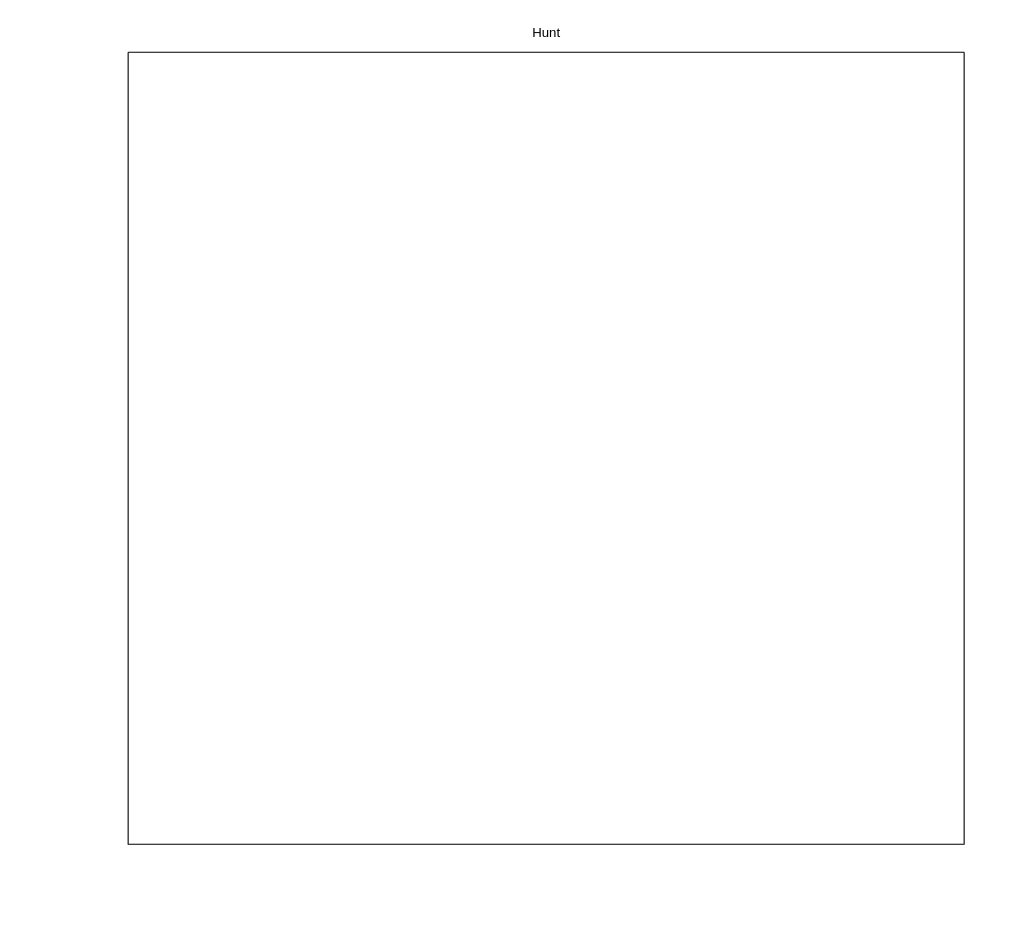
The draw.io diagram Diagramme sans nom.drawio in Valeryio/System-Draws, before the edit. Source tidied: cells renumbered, new cells numbered last; positions are measured from the earlier drawing's top-left corner, leaving out a move shared by most shapes. Both pictures are drawn from the tidied source at 110%, with x=0, y=0 at pixel (128, 19).
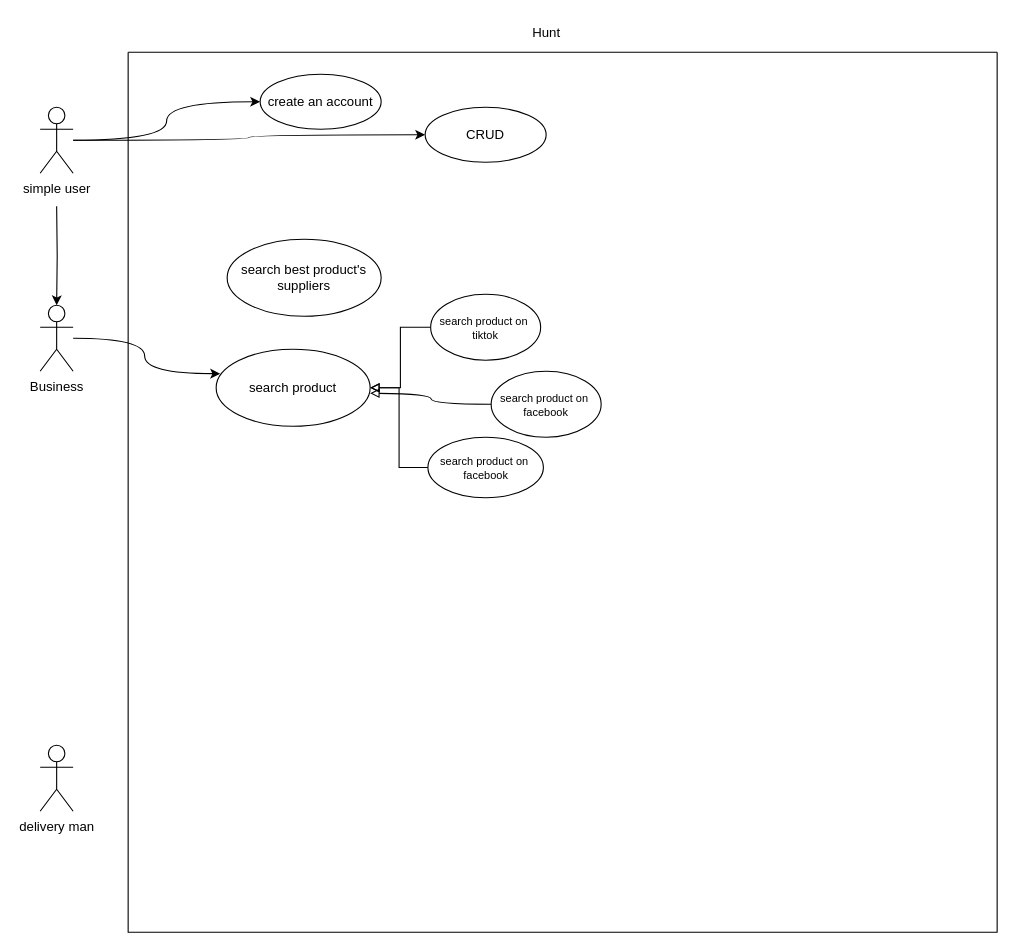
The same diagram, later.

Commit message (it also covers changes not shown here):
Mettre à jour Diagramme sans nom.drawio

Change to the diagram source:
```diff
@@
     <mxCell id="2" style="swimlane;startSize=0;" parent="1" vertex="1">
-      <mxGeometry y="30" width="760" height="720" as="geometry" />
+      <mxGeometry y="30" width="790" height="800" as="geometry" />
     </mxCell>
+    <mxCell id="4" value="create an account" style="ellipse;whiteSpace=wrap;html=1;" parent="2" vertex="1">
+      <mxGeometry x="120" y="20" width="110" height="50" as="geometry" />
+    </mxCell>
+    <mxCell id="5" value="CRUD" style="ellipse;whiteSpace=wrap;html=1;" parent="2" vertex="1">
+      <mxGeometry x="270" y="50" width="110" height="50" as="geometry" />
+    </mxCell>
+    <mxCell id="6" value="search best&amp;nbsp;product's suppliers" style="ellipse;whiteSpace=wrap;html=1;" parent="2" vertex="1">
+      <mxGeometry x="90" y="170" width="140" height="70" as="geometry" />
+    </mxCell>
+    <mxCell id="7" value="search product" style="ellipse;whiteSpace=wrap;html=1;" parent="2" vertex="1">
+      <mxGeometry x="80" y="270" width="140" height="70" as="geometry" />
+    </mxCell>
+    <mxCell id="8" style="edgeStyle=orthogonalEdgeStyle;rounded=0;jettySize=auto;html=1;endArrow=block;endFill=0;" parent="2" edge="1" source="9" target="7">
+      <mxGeometry relative="1" as="geometry" />
+    </mxCell>
+    <mxCell id="9" value="&lt;font style=&quot;font-size: 10px;&quot;&gt;search product on&amp;nbsp;&lt;/font&gt;&lt;div style=&quot;font-size: 10px;&quot;&gt;&lt;font style=&quot;font-size: 10px;&quot;&gt;tiktok&lt;/font&gt;&lt;/div&gt;" style="ellipse;whiteSpace=wrap;html=1;" parent="2" vertex="1">
+      <mxGeometry x="275" y="220" width="100" height="60" as="geometry" />
+    </mxCell>
+    <mxCell id="10" style="edgeStyle=orthogonalEdgeStyle;rounded=0;jettySize=auto;html=1;endArrow=block;endFill=0;curved=1;" parent="2" edge="1" source="11">
+      <mxGeometry relative="1" as="geometry">
+        <mxPoint x="220" y="310" as="targetPoint" />
+      </mxGeometry>
+    </mxCell>
+    <mxCell id="11" value="&lt;font style=&quot;font-size: 10px;&quot;&gt;search product on&amp;nbsp;&lt;/font&gt;&lt;div style=&quot;font-size: 10px;&quot;&gt;&lt;font style=&quot;font-size: 10px;&quot;&gt;facebook&lt;/font&gt;&lt;/div&gt;" style="ellipse;whiteSpace=wrap;html=1;" parent="2" vertex="1">
+      <mxGeometry x="330" y="290" width="100" height="60" as="geometry" />
+    </mxCell>
+    <mxCell id="12" style="edgeStyle=orthogonalEdgeStyle;rounded=0;jettySize=auto;html=1;entryX=1;entryY=0.5;entryDx=0;entryDy=0;endArrow=block;endFill=0;" parent="2" edge="1" source="13" target="7">
+      <mxGeometry relative="1" as="geometry" />
+    </mxCell>
+    <mxCell id="13" value="search product on&amp;nbsp;&lt;div style=&quot;font-size: 10px;&quot;&gt;facebook&lt;/div&gt;" style="ellipse;whiteSpace=wrap;html=1;fontSize=10;" parent="2" vertex="1">
+      <mxGeometry x="272.5" y="350" width="105" height="55" as="geometry" />
+    </mxCell>
@@
+    <mxCell id="14" style="edgeStyle=orthogonalEdgeStyle;rounded=0;jettySize=auto;html=1;entryX=0;entryY=0.5;entryDx=0;entryDy=0;curved=1;" parent="1" edge="1" source="17" target="4">
+      <mxGeometry relative="1" as="geometry" />
+    </mxCell>
+    <mxCell id="15" style="edgeStyle=orthogonalEdgeStyle;rounded=0;jettySize=auto;html=1;entryX=0;entryY=0.5;entryDx=0;entryDy=0;curved=1;" parent="1" edge="1" source="17" target="5">
+      <mxGeometry relative="1" as="geometry" />
+    </mxCell>
+    <mxCell id="16" style="edgeStyle=orthogonalEdgeStyle;rounded=0;jettySize=auto;html=1;" parent="1" edge="1" target="18">
+      <mxGeometry relative="1" as="geometry">
+        <mxPoint x="-65" y="170" as="sourcePoint" />
+      </mxGeometry>
+    </mxCell>
+    <mxCell id="17" value="simple user" style="shape=umlActor;verticalLabelPosition=bottom;verticalAlign=top;html=1;outlineConnect=0;" parent="1" vertex="1">
+      <mxGeometry x="-80" y="80" width="30" height="60" as="geometry" />
+    </mxCell>
+    <mxCell id="18" value="Business" style="shape=umlActor;verticalLabelPosition=bottom;verticalAlign=top;html=1;outlineConnect=0;" parent="1" vertex="1">
+      <mxGeometry x="-80" y="260" width="30" height="60" as="geometry" />
+    </mxCell>
+    <mxCell id="19" value="delivery man" style="shape=umlActor;verticalLabelPosition=bottom;verticalAlign=top;html=1;" parent="1" vertex="1">
+      <mxGeometry x="-80" y="660" width="30" height="60" as="geometry" />
+    </mxCell>
+    <mxCell id="20" style="edgeStyle=orthogonalEdgeStyle;rounded=0;jettySize=auto;html=1;entryX=0.026;entryY=0.317;entryDx=0;entryDy=0;entryPerimeter=0;curved=1;" parent="1" edge="1" source="18" target="7">
+      <mxGeometry relative="1" as="geometry" />
+    </mxCell>
```
